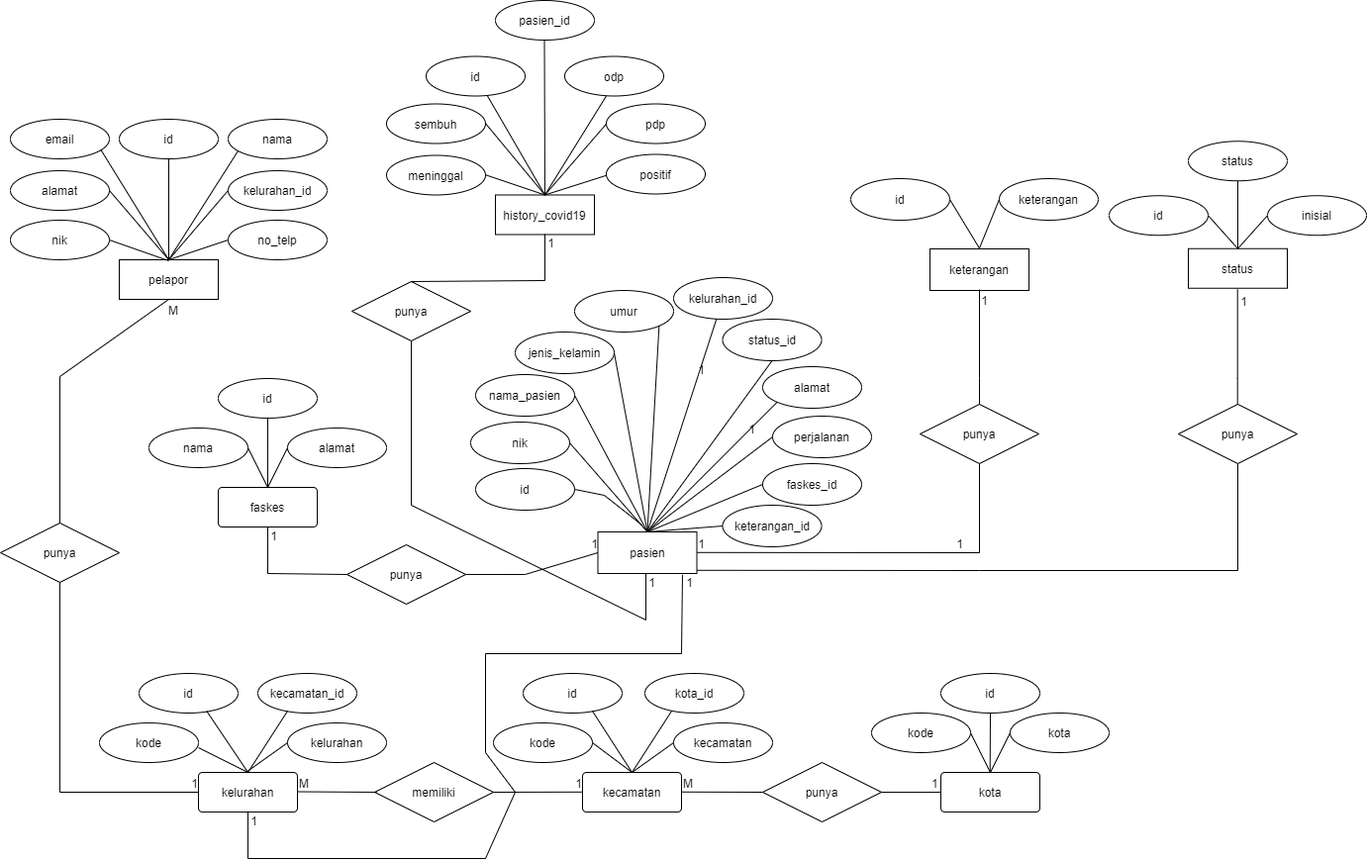
Earlier version of the draw.io export ERD Covid-19.png (axxpxmd/flowchart). Source tidied: cells renumbered, new cells last; positions are measured from the earlier drawing's top-left corner, leaving out a move shared by most shapes.
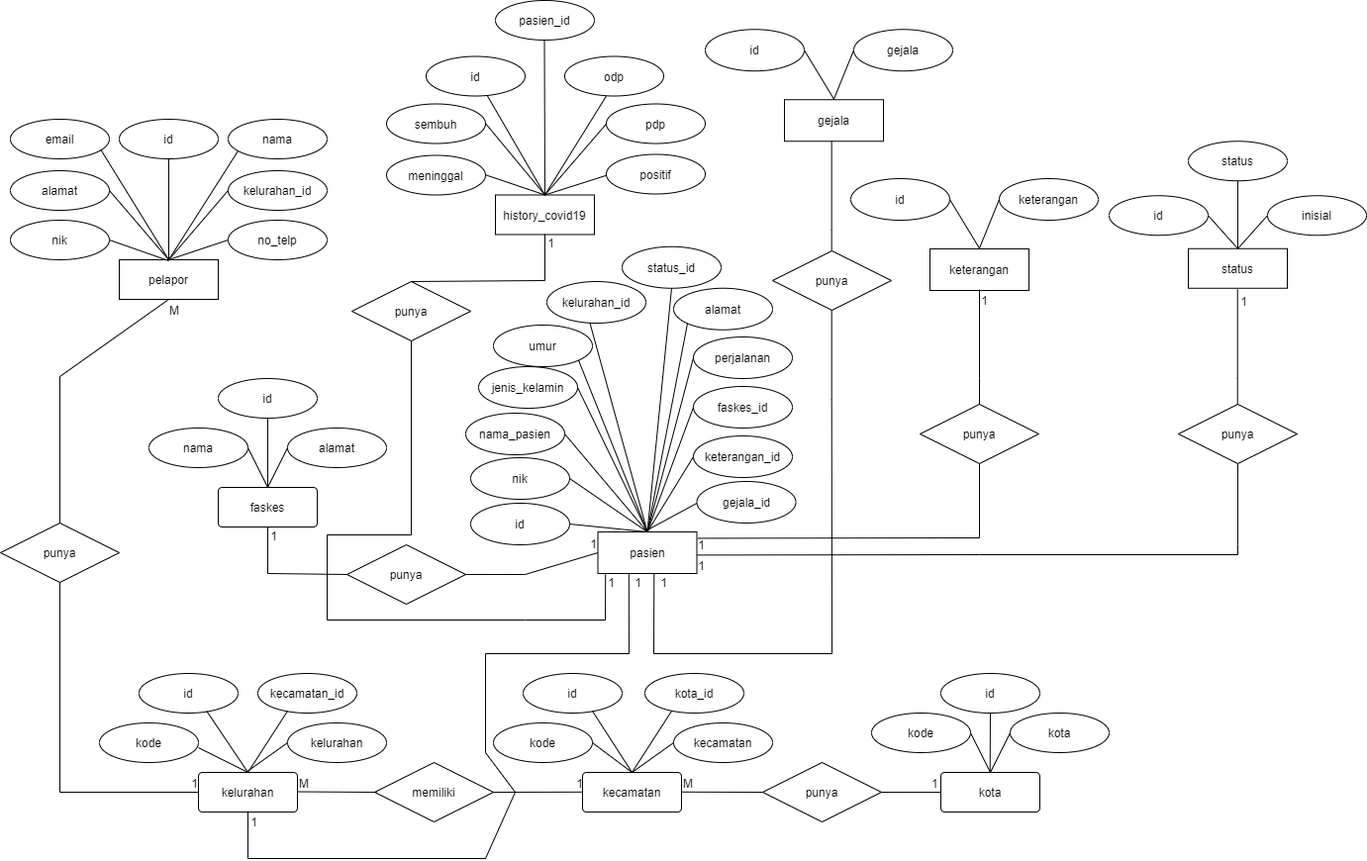
After the change.

What changed in the source:
```diff
@@ -57,31 +57,31 @@
       <mxGeometry x="603.5" y="537" width="100" height="42" as="geometry" />
     </mxCell>
     <mxCell id="20" value="alamat&lt;br&gt;" style="ellipse;whiteSpace=wrap;html=1;align=center;verticalAlign=middle;" parent="1" vertex="1">
-      <mxGeometry x="770" y="370" width="100" height="42" as="geometry" />
+      <mxGeometry x="680" y="290.8" width="100" height="42" as="geometry" />
     </mxCell>
     <mxCell id="21" value="status_id" style="ellipse;whiteSpace=wrap;html=1;align=center;verticalAlign=middle;" parent="1" vertex="1">
-      <mxGeometry x="729.5" y="322" width="100" height="42" as="geometry" />
+      <mxGeometry x="628" y="248.8" width="100" height="42" as="geometry" />
     </mxCell>
     <mxCell id="22" value="umur" style="ellipse;whiteSpace=wrap;html=1;align=center;verticalAlign=middle;" parent="1" vertex="1">
-      <mxGeometry x="580" y="293" width="100" height="42" as="geometry" />
+      <mxGeometry x="498" y="328" width="100" height="42" as="geometry" />
     </mxCell>
     <mxCell id="23" value="faskes_id" style="ellipse;whiteSpace=wrap;html=1;align=center;verticalAlign=middle;" parent="1" vertex="1">
-      <mxGeometry x="770" y="468" width="100" height="42" as="geometry" />
+      <mxGeometry x="700" y="390" width="100" height="42" as="geometry" />
     </mxCell>
     <mxCell id="24" value="nama_pasien" style="ellipse;whiteSpace=wrap;html=1;align=center;verticalAlign=middle;" parent="1" vertex="1">
-      <mxGeometry x="480" y="378" width="100" height="42" as="geometry" />
+      <mxGeometry x="470" y="417" width="100" height="42" as="geometry" />
     </mxCell>
     <mxCell id="25" value="nik" style="ellipse;whiteSpace=wrap;html=1;align=center;verticalAlign=middle;" parent="1" vertex="1">
-      <mxGeometry x="475" y="426" width="100" height="42" as="geometry" />
+      <mxGeometry x="475" y="462" width="100" height="42" as="geometry" />
     </mxCell>
     <mxCell id="26" value="jenis_kelamin" style="ellipse;whiteSpace=wrap;html=1;align=center;verticalAlign=middle;" parent="1" vertex="1">
-      <mxGeometry x="520" y="335" width="100" height="42" as="geometry" />
+      <mxGeometry x="483" y="370" width="100" height="42" as="geometry" />
     </mxCell>
     <mxCell id="27" value="perjalanan" style="ellipse;whiteSpace=wrap;html=1;align=center;verticalAlign=middle;" parent="1" vertex="1">
-      <mxGeometry x="780" y="420" width="100" height="42" as="geometry" />
+      <mxGeometry x="700" y="340" width="100" height="42" as="geometry" />
     </mxCell>
     <mxCell id="28" value="keterangan_id" style="ellipse;whiteSpace=wrap;html=1;align=center;verticalAlign=middle;" parent="1" vertex="1">
-      <mxGeometry x="729.5" y="510" width="100" height="42" as="geometry" />
+      <mxGeometry x="700" y="440" width="100" height="42" as="geometry" />
     </mxCell>
     <mxCell id="29" style="endArrow=none;html=1;rounded=0;entryX=0.5;entryY=1;entryDx=0;entryDy=0;exitX=0.5;exitY=0;exitDx=0;exitDy=0;verticalAlign=middle;" parent="1" edge="1" source="19" target="21">
       <mxGeometry relative="1" as="geometry" />
@@ -195,21 +195,16 @@
       <mxGeometry x="230" y="172" width="100" height="40" as="geometry" />
     </mxCell>
     <mxCell id="63" value="kelurahan_id" style="ellipse;whiteSpace=wrap;html=1;align=center;verticalAlign=middle;" parent="1" vertex="1">
-      <mxGeometry x="680" y="280" width="100" height="42" as="geometry" />
+      <mxGeometry x="552" y="284" width="100" height="42" as="geometry" />
     </mxCell>
     <mxCell id="64" style="endArrow=none;html=1;rounded=0;entryX=0.434;entryY=0.992;entryDx=0;entryDy=0;exitX=0.5;exitY=0;exitDx=0;exitDy=0;verticalAlign=middle;entryPerimeter=0;" parent="1" edge="1" source="19" target="63">
       <mxGeometry relative="1" as="geometry" />
     </mxCell>
     <mxCell id="65" value="id" style="ellipse;whiteSpace=wrap;html=1;align=center;verticalAlign=middle;" parent="1" vertex="1">
-      <mxGeometry x="480" y="473" width="100" height="42" as="geometry" />
+      <mxGeometry x="475" y="508" width="100" height="42" as="geometry" />
     </mxCell>
-    <mxCell id="66" style="endArrow=none;html=1;rounded=0;exitX=1;exitY=0.5;exitDx=0;exitDy=0;verticalAlign=middle;" parent="1" edge="1" source="65">
-      <mxGeometry relative="1" as="geometry">
-        <mxPoint x="648" y="530" as="targetPoint" />
-        <Array as="points">
-          <mxPoint x="610" y="500" />
-        </Array>
-      </mxGeometry>
+    <mxCell id="66" style="endArrow=none;html=1;rounded=0;exitX=1;exitY=0.5;exitDx=0;exitDy=0;verticalAlign=middle;entryX=0.5;entryY=0;entryDx=0;entryDy=0;" parent="1" edge="1" source="65" target="19">
+      <mxGeometry relative="1" as="geometry" />
     </mxCell>
     <mxCell id="67" value="id" style="ellipse;whiteSpace=wrap;html=1;align=center;verticalAlign=middle;" parent="1" vertex="1">
       <mxGeometry x="859" y="180" width="100" height="42" as="geometry" />
@@ -438,17 +433,16 @@
         <mxPoint x="10" y="20.1" as="offset" />
       </mxGeometry>
     </mxCell>
-    <mxCell id="121" style="endArrow=none;html=1;rounded=0;exitX=1;exitY=0.5;exitDx=0;exitDy=0;entryX=0.5;entryY=1;entryDx=0;entryDy=0;" parent="1" edge="1" target="100">
+    <mxCell id="121" style="endArrow=none;html=1;rounded=0;exitX=1.009;exitY=0.153;exitDx=0;exitDy=0;entryX=0.5;entryY=1;entryDx=0;entryDy=0;exitPerimeter=0;" parent="1" edge="1" source="19" target="100">
       <mxGeometry relative="1" as="geometry">
-        <mxPoint x="703.5" y="557.8" as="sourcePoint" />
         <Array as="points">
-          <mxPoint x="989" y="558" />
+          <mxPoint x="989" y="543" />
         </Array>
       </mxGeometry>
     </mxCell>
     <mxCell id="122" value="1" style="html=1;align=right;verticalAlign=bottom;" parent="121" vertex="1">
       <mxGeometry x="1" relative="1" as="geometry">
-        <mxPoint x="-277" y="90.1" as="offset" />
+        <mxPoint x="-277" y="90.9" as="offset" />
       </mxGeometry>
     </mxCell>
     <mxCell id="123" style="endArrow=none;html=1;rounded=0;exitX=0.5;exitY=0;exitDx=0;exitDy=0;entryX=0.5;entryY=1;entryDx=0;entryDy=0;" parent="1" edge="1" source="100">
@@ -459,16 +453,6 @@
         </Array>
       </mxGeometry>
     </mxCell>
-    <mxCell id="124" value="1" style="html=1;align=right;verticalAlign=bottom;" parent="123" vertex="1">
-      <mxGeometry x="1" relative="1" as="geometry">
-        <mxPoint x="-277" y="90.1" as="offset" />
-      </mxGeometry>
-    </mxCell>
-    <mxCell id="125" value="1" style="html=1;align=right;verticalAlign=bottom;" parent="1" vertex="1">
-      <mxGeometry x="722" y="568" as="geometry">
-        <mxPoint x="41" y="-125.9" as="offset" />
-      </mxGeometry>
-    </mxCell>
     <mxCell id="126" value="1" style="text;html=1;align=center;verticalAlign=middle;" parent="1" vertex="1">
       <mxGeometry x="984" y="293" width="20" height="20" as="geometry" />
     </mxCell>
@@ -508,25 +492,27 @@
         <mxPoint x="10" y="18" as="offset" />
       </mxGeometry>
     </mxCell>
-    <mxCell id="133" style="endArrow=none;html=1;rounded=0;exitX=0.5;exitY=1;exitDx=0;exitDy=0;entryX=0.5;entryY=1;entryDx=0;entryDy=0;" parent="1" edge="1" source="108">
+    <mxCell id="133" style="endArrow=none;html=1;rounded=0;exitX=0.5;exitY=1;exitDx=0;exitDy=0;entryX=0.077;entryY=1.014;entryDx=0;entryDy=0;entryPerimeter=0;" parent="1" edge="1" source="108" target="19">
       <mxGeometry relative="1" as="geometry">
-        <mxPoint x="652" y="579" as="targetPoint" />
         <Array as="points">
-          <mxPoint x="415" y="510" />
-          <mxPoint x="652" y="626" />
+          <mxPoint x="415" y="540" />
+          <mxPoint x="330" y="540" />
+          <mxPoint x="330" y="626" />
+          <mxPoint x="530" y="626" />
+          <mxPoint x="611" y="626" />
         </Array>
       </mxGeometry>
     </mxCell>
     <mxCell id="134" value="1" style="html=1;align=right;verticalAlign=bottom;" parent="133" vertex="1">
       <mxGeometry x="1" relative="1" as="geometry">
-        <mxPoint x="10" y="18" as="offset" />
+        <mxPoint x="10" y="17" as="offset" />
       </mxGeometry>
     </mxCell>
-    <mxCell id="135" style="endArrow=none;html=1;rounded=0;exitX=0.855;exitY=1.032;exitDx=0;exitDy=0;entryX=0.5;entryY=1;entryDx=0;entryDy=0;exitPerimeter=0;" parent="1" edge="1" source="19">
+    <mxCell id="135" style="endArrow=none;html=1;rounded=0;exitX=0.313;exitY=1.014;exitDx=0;exitDy=0;entryX=0.5;entryY=1;entryDx=0;entryDy=0;exitPerimeter=0;" parent="1" edge="1" source="19">
       <mxGeometry relative="1" as="geometry">
         <mxPoint x="250" y="820" as="targetPoint" />
         <Array as="points">
-          <mxPoint x="688" y="660" />
+          <mxPoint x="635" y="660" />
           <mxPoint x="490" y="660" />
           <mxPoint x="490" y="760" />
           <mxPoint x="520" y="800" />
@@ -541,22 +527,22 @@
       </mxGeometry>
     </mxCell>
     <mxCell id="137" value="1" style="html=1;align=right;verticalAlign=bottom;" parent="1" vertex="1">
-      <mxGeometry x="690" y="579" as="geometry">
+      <mxGeometry x="638" y="579" as="geometry">
         <mxPoint x="10" y="18" as="offset" />
       </mxGeometry>
     </mxCell>
-    <mxCell id="138" style="endArrow=none;html=1;rounded=0;exitX=1;exitY=0.5;exitDx=0;exitDy=0;entryX=0.5;entryY=1;entryDx=0;entryDy=0;" parent="1" edge="1" target="101">
+    <mxCell id="138" style="endArrow=none;html=1;rounded=0;exitX=1.003;exitY=0.557;exitDx=0;exitDy=0;entryX=0.5;entryY=1;entryDx=0;entryDy=0;exitPerimeter=0;" parent="1" edge="1" source="19" target="101">
       <mxGeometry relative="1" as="geometry">
-        <mxPoint x="703.5" y="575.8" as="sourcePoint" />
         <Array as="points">
-          <mxPoint x="989" y="576" />
-          <mxPoint x="1250" y="576" />
+          <mxPoint x="989" y="560" />
+          <mxPoint x="1250" y="560" />
+          <mxPoint x="1250" y="550" />
         </Array>
       </mxGeometry>
     </mxCell>
-    <mxCell id="139" value="1" style="html=1;align=right;verticalAlign=bottom;" parent="138" vertex="1">
+    <mxCell id="139" value="1" style="html=1;align=right;verticalAlign=bottom;direction=south;" parent="138" vertex="1">
       <mxGeometry x="1" relative="1" as="geometry">
-        <mxPoint x="-277" y="90.1" as="offset" />
+        <mxPoint x="-538" y="110.9" as="offset" />
       </mxGeometry>
     </mxCell>
     <mxCell id="140" style="endArrow=none;html=1;rounded=0;exitX=0.5;exitY=0;exitDx=0;exitDy=0;entryX=0.5;entryY=1;entryDx=0;entryDy=0;" parent="1" edge="1">
@@ -573,5 +559,57 @@
         <mxPoint x="10.3" y="21.1" as="offset" />
       </mxGeometry>
     </mxCell>
+    <mxCell id="142" value="gejala_id" style="ellipse;whiteSpace=wrap;html=1;align=center;verticalAlign=middle;" parent="1" vertex="1">
+      <mxGeometry x="703.5" y="486" width="100" height="42" as="geometry" />
+    </mxCell>
+    <mxCell id="143" style="endArrow=none;html=1;rounded=0;exitX=0.502;exitY=-0.048;exitDx=0;exitDy=0;verticalAlign=middle;entryX=0.5;entryY=0;entryDx=0;entryDy=0;exitPerimeter=0;" parent="1" edge="1" source="19">
+      <mxGeometry relative="1" as="geometry">
+        <mxPoint x="703.5" y="508" as="targetPoint" />
+      </mxGeometry>
+    </mxCell>
+    <mxCell id="144" value="gejala" style="whiteSpace=wrap;html=1;align=center;verticalAlign=middle;" parent="1" vertex="1">
+      <mxGeometry x="792" y="100.2" width="100" height="42" as="geometry" />
+    </mxCell>
+    <mxCell id="145" value="gejala" style="ellipse;whiteSpace=wrap;html=1;align=center;verticalAlign=middle;" parent="1" vertex="1">
+      <mxGeometry x="862" y="29.2" width="100" height="42" as="geometry" />
+    </mxCell>
+    <mxCell id="146" value="id" style="ellipse;whiteSpace=wrap;html=1;align=center;verticalAlign=middle;" parent="1" vertex="1">
+      <mxGeometry x="712" y="29.2" width="100" height="42" as="geometry" />
+    </mxCell>
+    <mxCell id="147" style="endArrow=none;html=1;rounded=0;exitX=0;exitY=0.5;exitDx=0;exitDy=0;entryX=0.5;entryY=0;entryDx=0;entryDy=0;" parent="1" edge="1" source="145">
+      <mxGeometry relative="1" as="geometry">
+        <mxPoint x="841.7" y="100.2" as="targetPoint" />
+      </mxGeometry>
+    </mxCell>
+    <mxCell id="148" style="endArrow=none;html=1;rounded=0;exitX=1;exitY=0.5;exitDx=0;exitDy=0;entryX=0.5;entryY=0;entryDx=0;entryDy=0;" parent="1" edge="1" source="146">
+      <mxGeometry relative="1" as="geometry">
+        <mxPoint x="841.7" y="99.2" as="targetPoint" />
+      </mxGeometry>
+    </mxCell>
+    <mxCell id="149" style="endArrow=none;html=1;rounded=0;exitX=0.5;exitY=0;exitDx=0;exitDy=0;entryX=0.5;entryY=1;entryDx=0;entryDy=0;" parent="1" edge="1">
+      <mxGeometry relative="1" as="geometry">
+        <mxPoint x="839.7" y="258.2" as="sourcePoint" />
+        <mxPoint x="839.7" y="142.2" as="targetPoint" />
+        <Array as="points">
+          <mxPoint x="839.7" y="232.2" />
+        </Array>
+      </mxGeometry>
+    </mxCell>
+    <mxCell id="150" value="punya" style="shape=rhombus;perimeter=rhombusPerimeter;whiteSpace=wrap;html=1;align=center;" parent="1" vertex="1">
+      <mxGeometry x="780" y="253" width="120" height="60" as="geometry" />
+    </mxCell>
+    <mxCell id="151" style="endArrow=none;html=1;rounded=0;exitX=0.568;exitY=1.017;exitDx=0;exitDy=0;entryX=0.5;entryY=1;entryDx=0;entryDy=0;exitPerimeter=0;" parent="1" edge="1" source="19">
+      <mxGeometry relative="1" as="geometry">
+        <mxPoint x="839.7" y="313" as="targetPoint" />
+        <Array as="points">
+          <mxPoint x="660" y="660" />
+          <mxPoint x="840" y="660" />
+          <mxPoint x="839.7" y="403" />
+        </Array>
+      </mxGeometry>
+    </mxCell>
+    <mxCell id="152" value="1" style="text;html=1;align=center;verticalAlign=middle;" parent="1" vertex="1">
+      <mxGeometry x="660" y="578" width="20" height="20" as="geometry" />
+    </mxCell>
   </root>
 </mxGraphModel>
```
